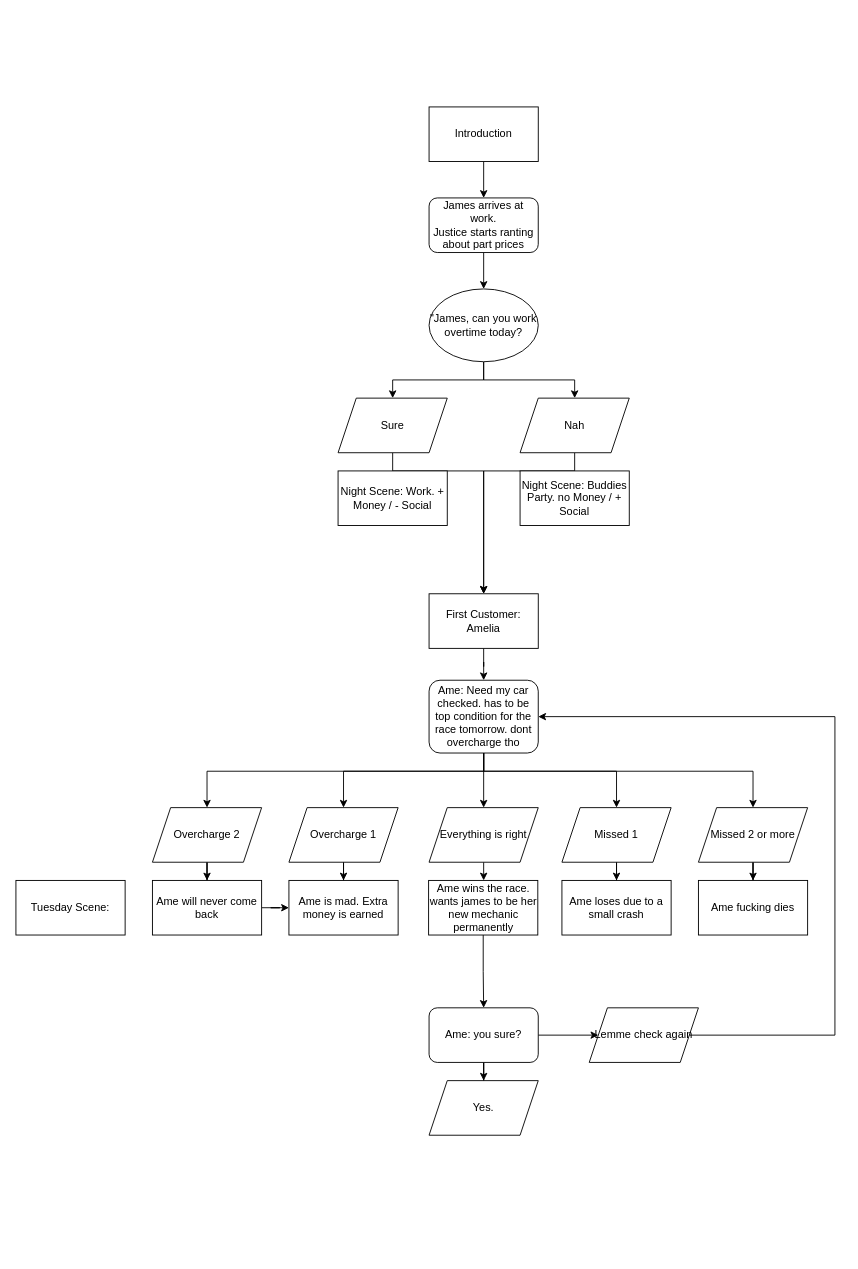
OliLeisingeHFU/VN-Leisinger keeps this draw.io diagram as page "Day 1 Morning" (1 of 2) of Motor City Mechanic/Concept/MCM.drawio. Above is the earlier version. Source tidied: cells renumbered, new cells numbered last; positions are measured from the earlier drawing's top-left corner, leaving out a move shared by most shapes. Both pictures are drawn from the tidied source at 91%, with x=0, y=0 at pixel (15, 106).
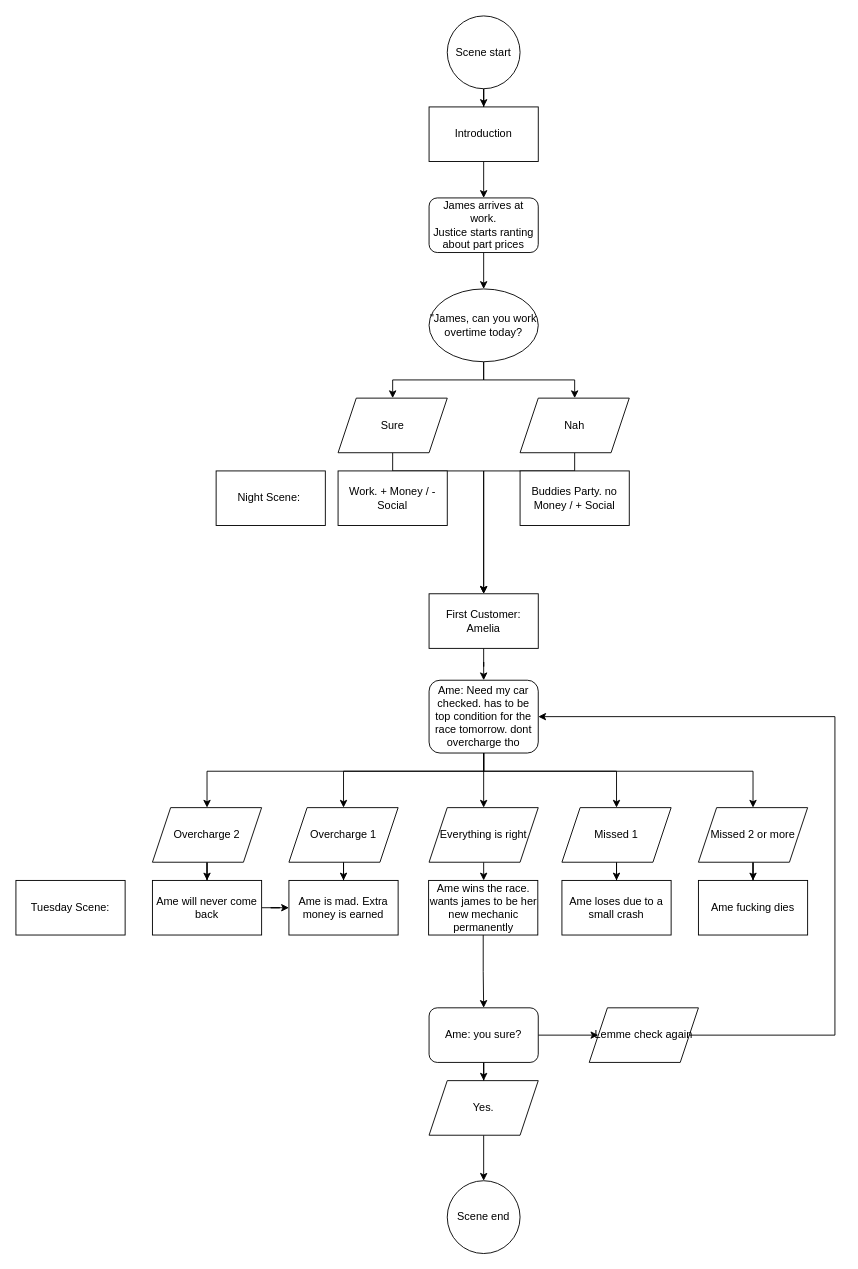
The same diagram, later.

The change refers to these unchanged cells:
```xml
<mxCell id="3" value="Introduction" style="rounded=0;whiteSpace=wrap;html=1;" parent="1" vertex="1">
  <mxGeometry x="454" width="120" height="60" as="geometry" />
</mxCell>
<mxCell id="43" value="Yes." style="shape=parallelogram;perimeter=parallelogramPerimeter;whiteSpace=wrap;html=1;fixedSize=1;" parent="1" vertex="1">
  <mxGeometry x="454" y="1070" width="120" height="60" as="geometry" />
</mxCell>
```

Diff of the diagram source:
```diff
@@
-    <mxCell id="13" value="Night Scene: Work. + Money / - Social" style="rounded=0;whiteSpace=wrap;html=1;" parent="1" vertex="1">
+    <mxCell id="13" value="Work. + Money / - Social" style="rounded=0;whiteSpace=wrap;html=1;" parent="1" vertex="1">
       <mxGeometry x="354" y="400" width="120" height="60" as="geometry" />
     </mxCell>
-    <mxCell id="14" value="Night Scene: Buddies Party. no Money / + Social" style="rounded=0;whiteSpace=wrap;html=1;" parent="1" vertex="1">
+    <mxCell id="14" value="Buddies Party. no Money / + Social" style="rounded=0;whiteSpace=wrap;html=1;" parent="1" vertex="1">
       <mxGeometry x="554" y="400" width="120" height="60" as="geometry" />
     </mxCell>
@@
+    <mxCell id="47" style="edgeStyle=orthogonalEdgeStyle;rounded=0;jettySize=auto;html=1;" parent="1" edge="1" source="43" target="49">
+      <mxGeometry relative="1" as="geometry" />
+    </mxCell>
@@
+    <mxCell id="48" value="&lt;span&gt;Night Scene:&amp;nbsp;&lt;/span&gt;" style="rounded=0;whiteSpace=wrap;html=1;" parent="1" vertex="1">
+      <mxGeometry x="220" y="400" width="120" height="60" as="geometry" />
+    </mxCell>
+    <mxCell id="49" value="Scene end" style="ellipse;whiteSpace=wrap;html=1;" parent="1" vertex="1">
+      <mxGeometry x="474" y="1180" width="80" height="80" as="geometry" />
+    </mxCell>
+    <mxCell id="50" style="edgeStyle=orthogonalEdgeStyle;rounded=0;jettySize=auto;html=1;" parent="1" edge="1" source="51" target="3">
+      <mxGeometry relative="1" as="geometry" />
+    </mxCell>
+    <mxCell id="51" value="Scene start" style="ellipse;whiteSpace=wrap;html=1;" parent="1" vertex="1">
+      <mxGeometry x="474" y="-100" width="80" height="80" as="geometry" />
+    </mxCell>
```
